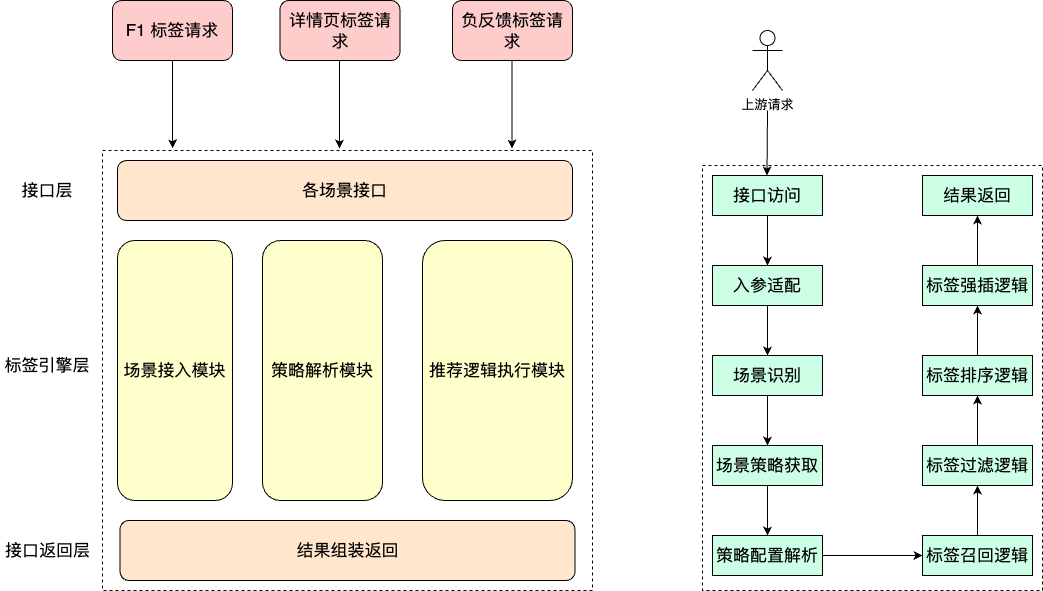
This is work-draw-file/标签引擎架构图.png from liujunao/draw-data, a draw.io export, as it was before one commit. Source tidied: cells renumbered, new cells last; positions are measured from the earlier drawing's top-left corner, leaving out a move shared by most shapes.
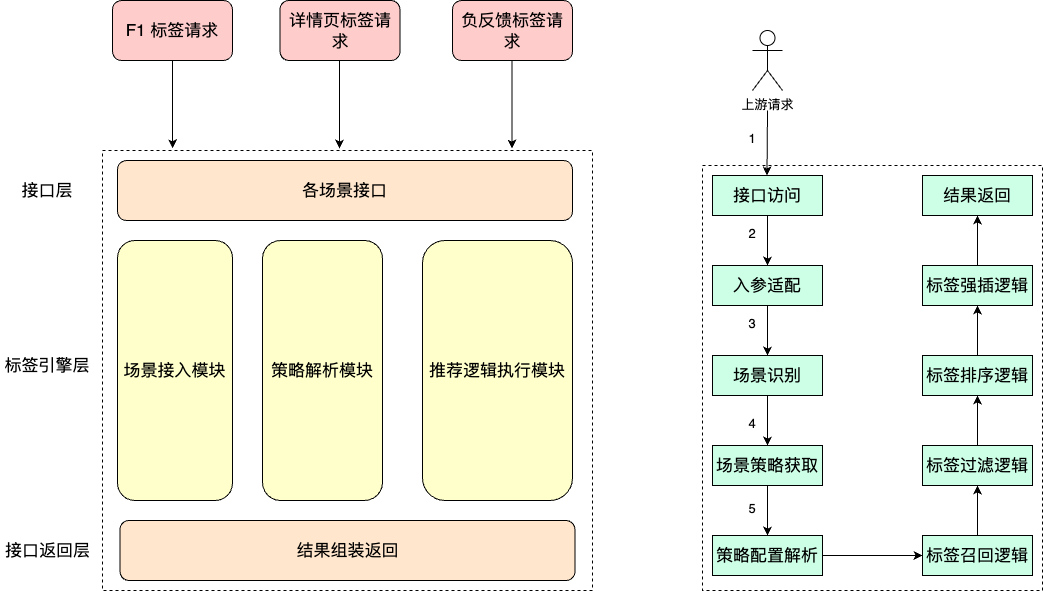
Above is the later version.

Commit message:
更新标签引擎架构图.png

Diff of the diagram source:
```diff
@@ -122,5 +122,20 @@
         <mxPoint x="766.5" y="175" as="targetPoint" />
       </mxGeometry>
     </mxCell>
+    <mxCell id="39" value="1" style="text;html=1;strokeColor=none;fillColor=none;align=center;verticalAlign=middle;whiteSpace=wrap;rounded=0;" parent="1" vertex="1">
+      <mxGeometry x="742" y="125" width="20" height="25" as="geometry" />
+    </mxCell>
+    <mxCell id="40" value="2" style="text;html=1;strokeColor=none;fillColor=none;align=center;verticalAlign=middle;whiteSpace=wrap;rounded=0;" parent="1" vertex="1">
+      <mxGeometry x="742" y="220" width="20" height="25" as="geometry" />
+    </mxCell>
+    <mxCell id="41" value="3" style="text;html=1;strokeColor=none;fillColor=none;align=center;verticalAlign=middle;whiteSpace=wrap;rounded=0;" parent="1" vertex="1">
+      <mxGeometry x="742" y="310" width="20" height="25" as="geometry" />
+    </mxCell>
+    <mxCell id="42" value="4" style="text;html=1;strokeColor=none;fillColor=none;align=center;verticalAlign=middle;whiteSpace=wrap;rounded=0;" parent="1" vertex="1">
+      <mxGeometry x="742" y="410" width="20" height="25" as="geometry" />
+    </mxCell>
+    <mxCell id="43" value="5" style="text;html=1;strokeColor=none;fillColor=none;align=center;verticalAlign=middle;whiteSpace=wrap;rounded=0;" parent="1" vertex="1">
+      <mxGeometry x="742" y="495" width="20" height="25" as="geometry" />
+    </mxCell>
   </root>
 </mxGraphModel>
```
